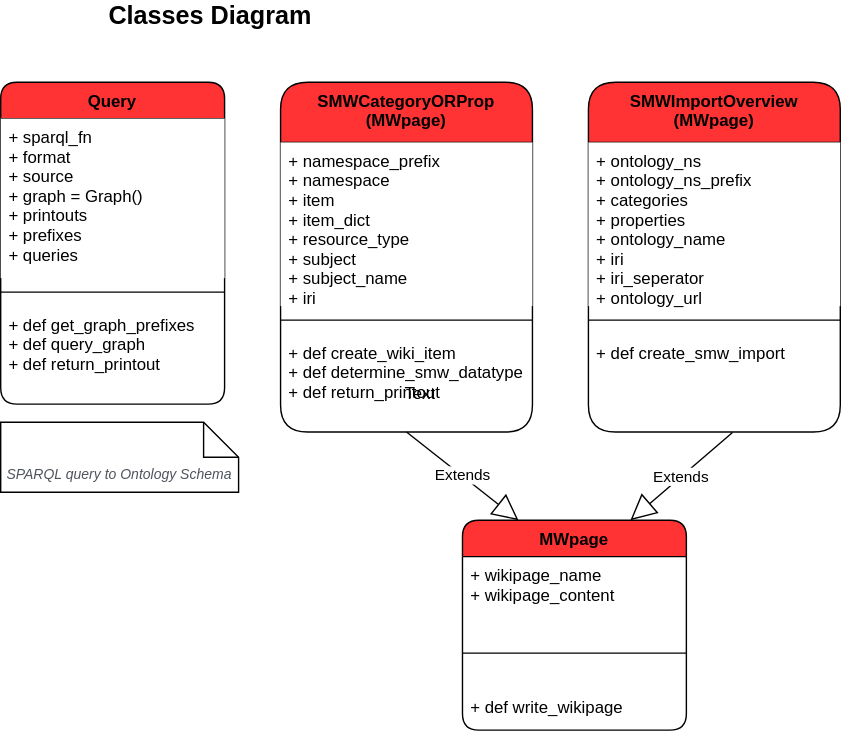
The draw.io diagram docs/ontology2smw_classes.svg in andrecastro0o/ontology2smw, before a commit. Source tidied: cells renumbered, new cells last; positions are measured from the earlier drawing's top-left corner, leaving out a move shared by most shapes.
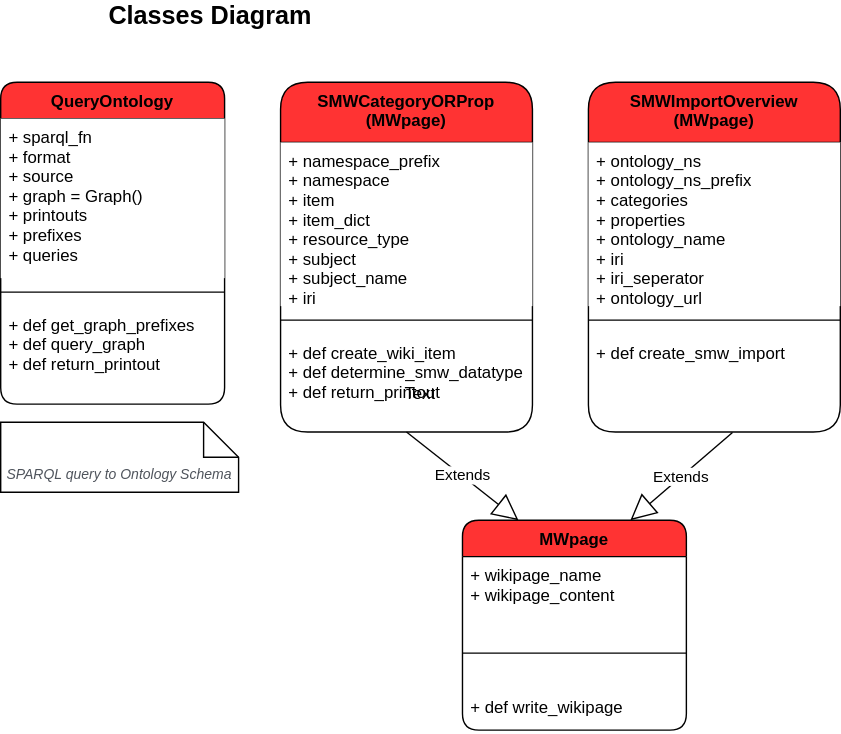
Above is the later version.

What changed in the source:
```diff
@@ -14,7 +14,7 @@
     <mxCell id="5" value="+ def write_wikipage" style="text;strokeColor=none;fillColor=none;align=left;verticalAlign=top;spacingLeft=4;spacingRight=4;overflow=hidden;" parent="2" vertex="1">
       <mxGeometry y="120" width="160" height="30" as="geometry" />
     </mxCell>
-    <mxCell id="6" value="Query&#10;" style="swimlane;fontStyle=1;align=center;verticalAlign=top;horizontal=1;startSize=26;rounded=1;shadow=0;glass=0;sketch=0;fillColor=#FF3333;gradientColor=none;fontSize=12;html=0;" parent="1" vertex="1">
+    <mxCell id="6" value="QueryOntology" style="swimlane;fontStyle=1;align=center;verticalAlign=top;horizontal=1;startSize=26;rounded=1;shadow=0;glass=0;sketch=0;fillColor=#FF3333;gradientColor=none;fontSize=12;html=0;" parent="1" vertex="1">
       <mxGeometry y="57" width="160" height="230" as="geometry" />
     </mxCell>
     <mxCell id="7" value="+ sparql_fn&#10;+ format&#10;+ source&#10;+ graph = Graph()&#10;+ printouts&#10;+ prefixes&#10;+ queries&#10;&#10;" style="text;strokeColor=none;align=left;verticalAlign=top;spacingLeft=4;spacingRight=4;overflow=hidden;fillColor=#ffffff;" parent="6" vertex="1">
```
